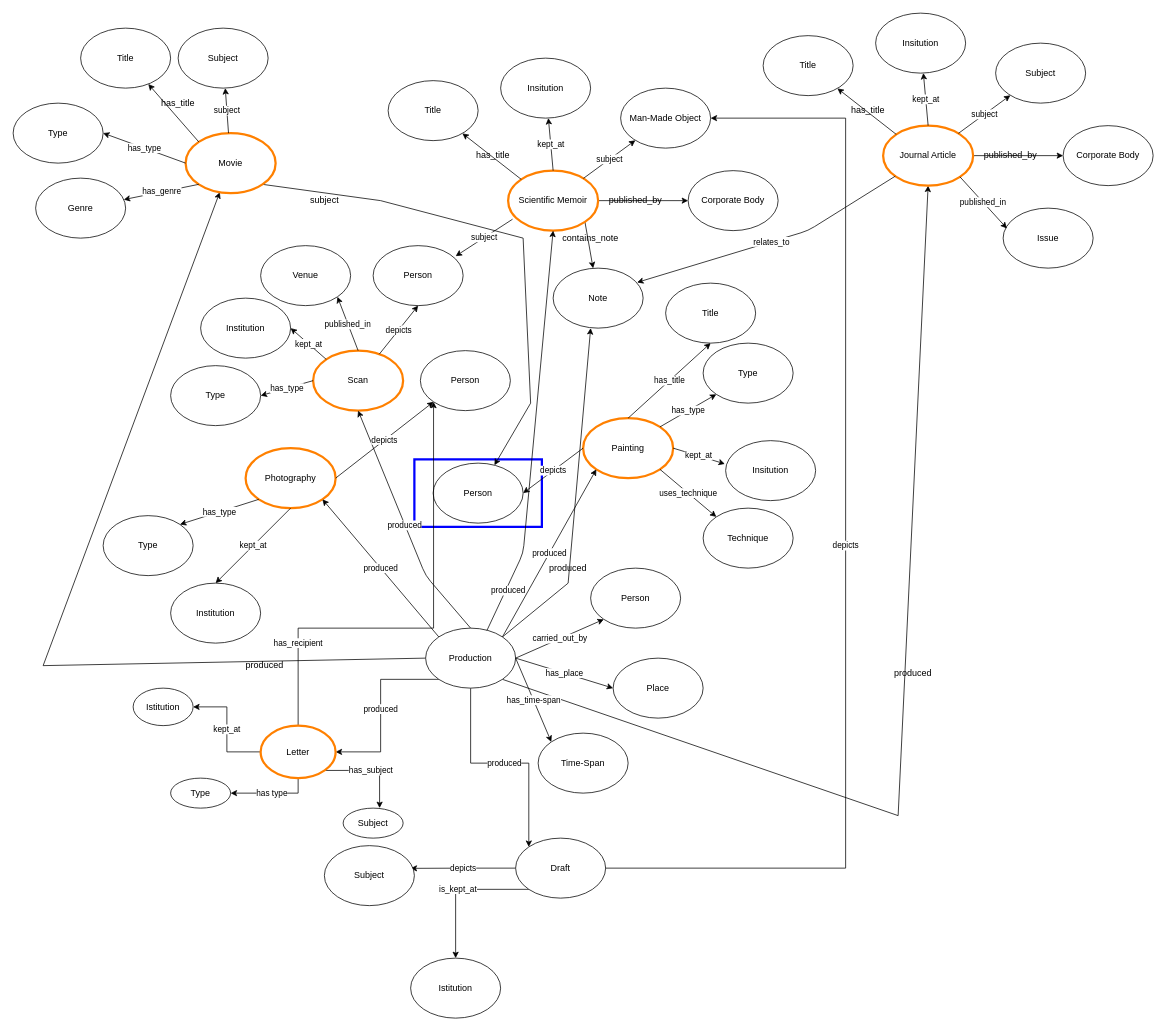
arcangelo7/KO-LAM keeps this draw.io diagram as theoretical_model.drawio. Above is the earlier version. Source tidied: cells renumbered, new cells numbered last; positions are measured from the earlier drawing's top-left corner, leaving out a move shared by most shapes. Both pictures are drawn from the tidied source at 75%, with x=0, y=0 at pixel (13, 13).
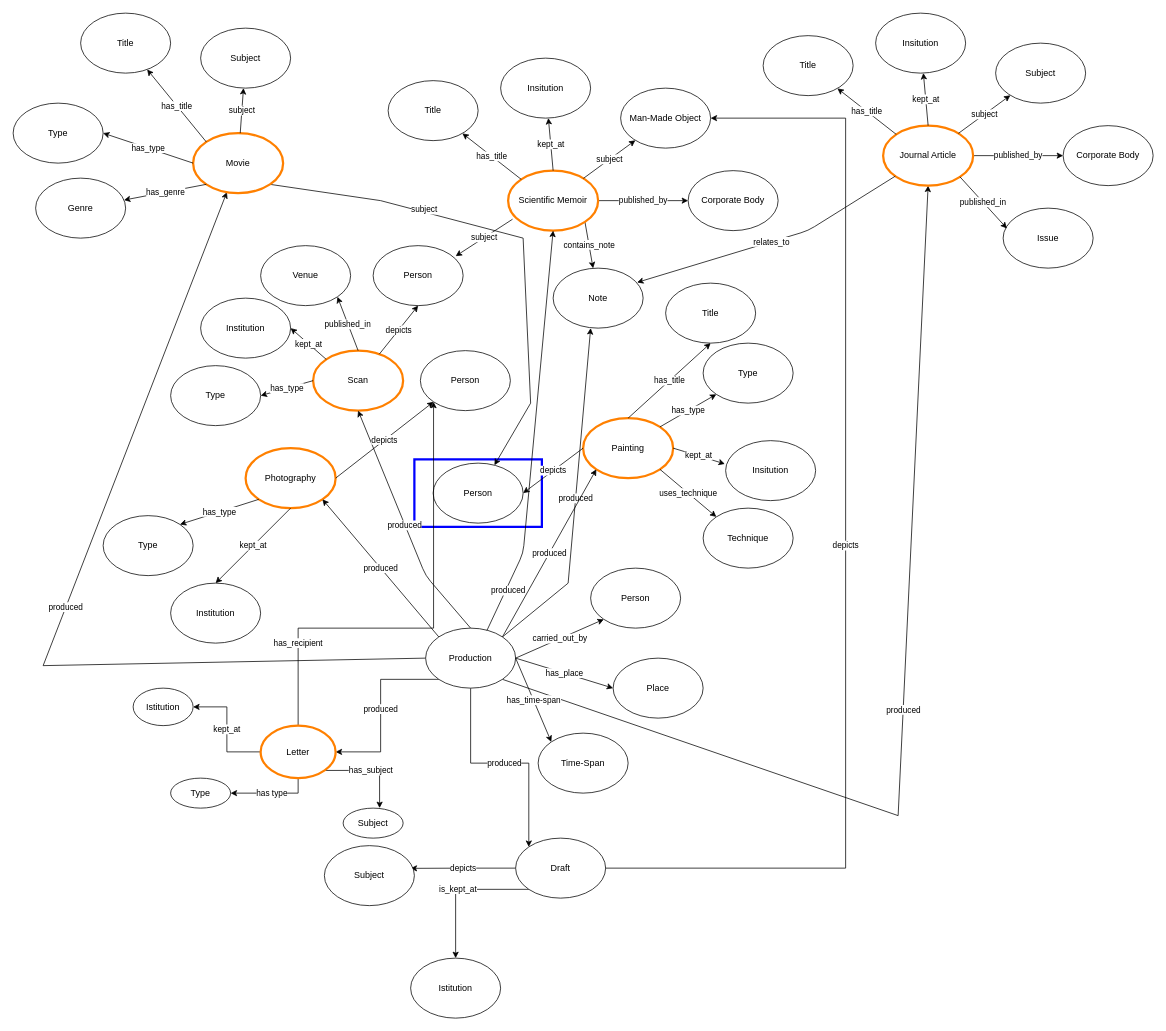
Above is the later version.

Commit message (it also covers changes not shown here):
Cose dette durante la videochiamata del 29/03

Unchanged cells that the change refers to:
```xml
<mxCell id="4" value="Person" style="ellipse;whiteSpace=wrap;html=1;" parent="1" vertex="1">
  <mxGeometry x="560" y="600" width="120" height="80" as="geometry" />
</mxCell>
<mxCell id="12" value="Production" style="ellipse;whiteSpace=wrap;html=1;strokeColor=#000000;strokeWidth=1;" parent="1" vertex="1">
  <mxGeometry x="550" y="820" width="120" height="80" as="geometry" />
</mxCell>
<mxCell id="30" value="Scientific Memoir" style="ellipse;whiteSpace=wrap;html=1;strokeColor=#FF8000;strokeWidth=3;" parent="1" vertex="1">
  <mxGeometry x="660" y="210" width="120" height="80" as="geometry" />
</mxCell>
<mxCell id="63" value="Title" style="ellipse;whiteSpace=wrap;html=1;" parent="1" vertex="1">
  <mxGeometry x="500" y="90" width="120" height="80" as="geometry" />
</mxCell>
<mxCell id="67" value="Note" style="ellipse;whiteSpace=wrap;html=1;" parent="1" vertex="1">
  <mxGeometry x="720" y="340" width="120" height="80" as="geometry" />
</mxCell>
<mxCell id="74" value="Corporate Body" style="ellipse;whiteSpace=wrap;html=1;" parent="1" vertex="1">
  <mxGeometry x="900" y="210" width="120" height="80" as="geometry" />
</mxCell>
<mxCell id="81" value="Journal Article" style="ellipse;whiteSpace=wrap;html=1;strokeColor=#FF8000;strokeWidth=3;" parent="1" vertex="1">
  <mxGeometry x="1160" y="150" width="120" height="80" as="geometry" />
</mxCell>
<mxCell id="82" value="Title" style="ellipse;whiteSpace=wrap;html=1;" parent="1" vertex="1">
  <mxGeometry x="1000" y="30" width="120" height="80" as="geometry" />
</mxCell>
```

Diff of the diagram source:
```diff
@@
-    <mxCell id="9" style="edgeStyle=none;rounded=0;jettySize=auto;html=1;exitX=1;exitY=0;exitDx=0;exitDy=0;entryX=0.417;entryY=1;entryDx=0;entryDy=0;entryPerimeter=0;" parent="1" edge="1" source="12" target="67">
+    <mxCell id="9" value="produced" style="edgeStyle=none;rounded=0;jettySize=auto;html=1;exitX=1;exitY=0;exitDx=0;exitDy=0;entryX=0.417;entryY=1;entryDx=0;entryDy=0;entryPerimeter=0;" parent="1" edge="1" source="12" target="67">
       <mxGeometry relative="1" as="geometry">
         <Array as="points">
           <mxPoint x="740" y="760" />
         </Array>
       </mxGeometry>
     </mxCell>
-    <mxCell id="10" style="edgeStyle=none;rounded=0;jettySize=auto;html=1;exitX=1;exitY=1;exitDx=0;exitDy=0;entryX=0.5;entryY=1;entryDx=0;entryDy=0;" parent="1" edge="1" source="12" target="81">
+    <mxCell id="10" value="produced" style="edgeStyle=none;rounded=0;jettySize=auto;html=1;exitX=1;exitY=1;exitDx=0;exitDy=0;entryX=0.5;entryY=1;entryDx=0;entryDy=0;" parent="1" edge="1" source="12" target="81">
       <mxGeometry relative="1" as="geometry">
         <Array as="points">
           <mxPoint x="1180" y="1070" />
         </Array>
       </mxGeometry>
     </mxCell>
-    <mxCell id="11" style="edgeStyle=none;rounded=0;jettySize=auto;html=1;exitX=0;exitY=0.5;exitDx=0;exitDy=0;" parent="1" edge="1" source="12" target="99">
+    <mxCell id="11" value="produced" style="edgeStyle=none;rounded=0;jettySize=auto;html=1;exitX=0;exitY=0.5;exitDx=0;exitDy=0;" parent="1" edge="1" source="12" target="99">
       <mxGeometry relative="1" as="geometry">
         <Array as="points">
           <mxPoint x="40" y="870" />
         </Array>
       </mxGeometry>
     </mxCell>
@@
-    <mxCell id="28" style="edgeStyle=none;rounded=0;jettySize=auto;html=1;exitX=1;exitY=1;exitDx=0;exitDy=0;" parent="1" edge="1" source="30" target="67">
+    <mxCell id="28" value="contains_note" style="edgeStyle=none;rounded=0;jettySize=auto;html=1;exitX=1;exitY=1;exitDx=0;exitDy=0;" parent="1" edge="1" source="30" target="67">
       <mxGeometry relative="1" as="geometry" />
     </mxCell>
-    <mxCell id="29" style="edgeStyle=none;rounded=0;jettySize=auto;html=1;exitX=1;exitY=0.5;exitDx=0;exitDy=0;entryX=0;entryY=0.5;entryDx=0;entryDy=0;" parent="1" edge="1" source="30" target="74">
+    <mxCell id="29" value="published_by" style="edgeStyle=none;rounded=0;jettySize=auto;html=1;exitX=1;exitY=0.5;exitDx=0;exitDy=0;entryX=0;entryY=0.5;entryDx=0;entryDy=0;" parent="1" edge="1" source="30" target="74">
       <mxGeometry relative="1" as="geometry" />
     </mxCell>
@@
-    <mxCell id="66" style="edgeStyle=none;rounded=0;orthogonalLoop=1;jettySize=auto;html=1;exitX=0.5;exitY=0;exitDx=0;exitDy=0;" parent="1" edge="1" source="69" target="69">
-      <mxGeometry relative="1" as="geometry" />
+    <mxCell id="66" style="edgeStyle=none;rounded=0;orthogonalLoop=1;jettySize=auto;html=1;exitX=0.5;exitY=0;exitDx=0;exitDy=0;" parent="1" edge="1">
+      <mxGeometry relative="1" as="geometry">
+        <mxPoint x="640" y="180" as="sourcePoint" />
+        <mxPoint x="640" y="180" as="targetPoint" />
+      </mxGeometry>
     </mxCell>
@@
-    <mxCell id="69" value="has_title" style="text;html=1;strokeColor=none;fillColor=none;align=center;verticalAlign=middle;whiteSpace=wrap;rounded=0;" parent="1" vertex="1">
-      <mxGeometry x="620" y="180" width="40" height="20" as="geometry" />
-    </mxCell>
-    <mxCell id="70" style="edgeStyle=none;rounded=0;jettySize=auto;html=1;exitX=0;exitY=0;exitDx=0;exitDy=0;" parent="1" edge="1" source="30" target="63">
+    <mxCell id="70" value="has_title" style="edgeStyle=none;rounded=0;jettySize=auto;html=1;exitX=0;exitY=0;exitDx=0;exitDy=0;" parent="1" edge="1" source="30" target="63">
       <mxGeometry relative="1" as="geometry" />
     </mxCell>
@@
-    <mxCell id="75" value="published_by" style="text;html=1;strokeColor=none;fillColor=none;align=center;verticalAlign=middle;whiteSpace=wrap;rounded=0;" parent="1" vertex="1">
-      <mxGeometry x="810" y="240" width="40" height="20" as="geometry" />
-    </mxCell>
@@
-    <mxCell id="77" value="produced" style="text;html=1;strokeColor=none;fillColor=none;align=center;verticalAlign=middle;whiteSpace=wrap;rounded=0;" parent="1" vertex="1">
-      <mxGeometry x="720" y="730" width="40" height="20" as="geometry" />
-    </mxCell>
@@
-    <mxCell id="79" value="contains_note" style="text;html=1;strokeColor=none;fillColor=none;align=center;verticalAlign=middle;whiteSpace=wrap;rounded=0;" parent="1" vertex="1">
-      <mxGeometry x="750" y="290" width="40" height="20" as="geometry" />
-    </mxCell>
-    <mxCell id="80" style="edgeStyle=none;rounded=0;jettySize=auto;html=1;exitX=1;exitY=0.5;exitDx=0;exitDy=0;entryX=0;entryY=0.5;entryDx=0;entryDy=0;" parent="1" edge="1" source="81">
+    <mxCell id="80" value="published_by" style="edgeStyle=none;rounded=0;jettySize=auto;html=1;exitX=1;exitY=0.5;exitDx=0;exitDy=0;entryX=0;entryY=0.5;entryDx=0;entryDy=0;" parent="1" edge="1" source="81">
       <mxGeometry relative="1" as="geometry">
         <mxPoint x="1400" y="190" as="targetPoint" />
       </mxGeometry>
     </mxCell>
@@
-    <mxCell id="85" style="edgeStyle=none;rounded=0;orthogonalLoop=1;jettySize=auto;html=1;exitX=0.5;exitY=0;exitDx=0;exitDy=0;" parent="1" edge="1" source="87" target="87">
-      <mxGeometry relative="1" as="geometry" />
+    <mxCell id="85" style="edgeStyle=none;rounded=0;orthogonalLoop=1;jettySize=auto;html=1;exitX=0.5;exitY=0;exitDx=0;exitDy=0;" parent="1" edge="1">
+      <mxGeometry relative="1" as="geometry">
+        <mxPoint x="1140" y="120" as="sourcePoint" />
+        <mxPoint x="1140" y="120" as="targetPoint" />
+      </mxGeometry>
     </mxCell>
@@
-    <mxCell id="87" value="has_title" style="text;html=1;strokeColor=none;fillColor=none;align=center;verticalAlign=middle;whiteSpace=wrap;rounded=0;" parent="1" vertex="1">
-      <mxGeometry x="1120" y="120" width="40" height="20" as="geometry" />
-    </mxCell>
-    <mxCell id="88" style="edgeStyle=none;rounded=0;jettySize=auto;html=1;exitX=0;exitY=0;exitDx=0;exitDy=0;" parent="1" edge="1" source="81" target="82">
+    <mxCell id="88" value="has_title" style="edgeStyle=none;rounded=0;jettySize=auto;html=1;exitX=0;exitY=0;exitDx=0;exitDy=0;" parent="1" edge="1" source="81" target="82">
       <mxGeometry relative="1" as="geometry" />
     </mxCell>
@@
-    <mxCell id="92" value="published_by" style="text;html=1;strokeColor=none;fillColor=none;align=center;verticalAlign=middle;whiteSpace=wrap;rounded=0;" parent="1" vertex="1">
-      <mxGeometry x="1310" y="180" width="40" height="20" as="geometry" />
-    </mxCell>
@@
-    <mxCell id="95" value="produced" style="text;html=1;strokeColor=none;fillColor=none;align=center;verticalAlign=middle;whiteSpace=wrap;rounded=0;" parent="1" vertex="1">
-      <mxGeometry x="1180" y="870" width="40" height="20" as="geometry" />
-    </mxCell>
@@
-    <mxCell id="98" style="edgeStyle=none;rounded=0;jettySize=auto;html=1;exitX=1;exitY=1;exitDx=0;exitDy=0;" parent="1" edge="1" source="99" target="4">
-      <mxGeometry relative="1" as="geometry">
+    <mxCell id="98" value="subject" style="edgeStyle=none;rounded=0;jettySize=auto;html=1;exitX=1;exitY=1;exitDx=0;exitDy=0;" parent="1" edge="1" source="99" target="4">
+      <mxGeometry x="-0.37" y="3" relative="1" as="geometry">
         <Array as="points">
           <mxPoint x="490" y="250" />
           <mxPoint x="680" y="300" />
           <mxPoint x="690" y="520" />
         </Array>
       </mxGeometry>
     </mxCell>
     <mxCell id="99" value="Movie" style="ellipse;whiteSpace=wrap;html=1;strokeColor=#FF8000;strokeWidth=3;" parent="1" vertex="1">
-      <mxGeometry x="230" y="160" width="120" height="80" as="geometry" />
+      <mxGeometry x="240" y="160" width="120" height="80" as="geometry" />
     </mxCell>
@@
     <mxCell id="105" value="Subject" style="ellipse;whiteSpace=wrap;html=1;strokeColor=#000000;strokeWidth=1;" parent="1" vertex="1">
-      <mxGeometry x="220" y="20" width="120" height="80" as="geometry" />
+      <mxGeometry x="250" y="20" width="120" height="80" as="geometry" />
     </mxCell>
-    <mxCell id="106" value="subject" style="text;html=1;align=center;verticalAlign=middle;" parent="1" vertex="1">
-      <mxGeometry x="390" y="240" width="50" height="20" as="geometry" />
-    </mxCell>
-    <mxCell id="107" value="produced" style="text;html=1;align=center;verticalAlign=middle;" parent="1" vertex="1">
-      <mxGeometry x="300" y="860" width="70" height="20" as="geometry" />
-    </mxCell>
     <mxCell id="108" value="Title" style="ellipse;whiteSpace=wrap;html=1;" parent="1" vertex="1">
-      <mxGeometry x="90" y="20" width="120" height="80" as="geometry" />
+      <mxGeometry x="90" width="120" height="80" as="geometry" />
     </mxCell>
-    <mxCell id="109" style="edgeStyle=none;rounded=0;jettySize=auto;html=1;exitX=0;exitY=0;exitDx=0;exitDy=0;" parent="1" edge="1" source="99" target="108">
+    <mxCell id="109" value="has_title" style="edgeStyle=none;rounded=0;jettySize=auto;html=1;exitX=0;exitY=0;exitDx=0;exitDy=0;" parent="1" edge="1" source="99" target="108">
       <mxGeometry relative="1" as="geometry" />
     </mxCell>
-    <mxCell id="110" value="has_title" style="text;html=1;strokeColor=none;fillColor=none;align=center;verticalAlign=middle;whiteSpace=wrap;rounded=0;" parent="1" vertex="1">
-      <mxGeometry x="200" y="110" width="40" height="20" as="geometry" />
-    </mxCell>
```
